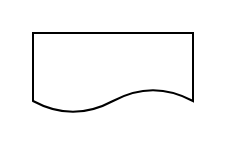
This is mediboy-project-diagram.drawio from FazleRabbi16/Mediboy-Project-Diagram, a draw.io file, before an edit. Source tidied: cells renumbered, new cells numbered last; positions are measured from the earlier drawing's top-left corner, leaving out a move shared by most shapes. Both pictures are drawn from the tidied source at 200%, with x=0, y=0 at pixel (32, 32).
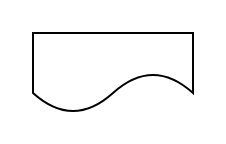
The same diagram, later.

Change to the diagram source:
```diff
@@
 <mxGraphModel>
   <root>
     <mxCell id="0" />
     <mxCell id="1" parent="0" />
-    <mxCell id="2" style="shape=document;whiteSpace=wrap;html=1;boundedLbl=1;" parent="1" vertex="1">
+    <mxCell id="2" style="shape=document;whiteSpace=wrap;html=1;boundedLbl=1;size=0.5;" parent="1" vertex="1">
       <mxGeometry width="80" height="40" as="geometry" />
     </mxCell>
   </root>
 </mxGraphModel>
```
